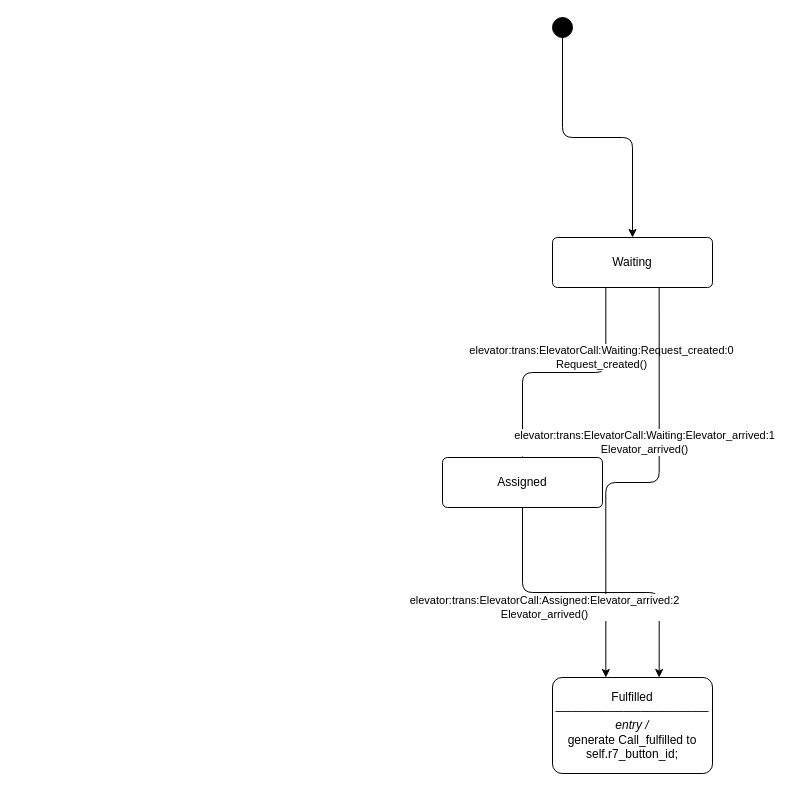
The draw.io diagram examples/elevator/.design/model/diagrams/Elevator-ElevatorCall.drawio in BChaloux-Cyn/MDF-Simulator, before the edit. Source tidied: cells renumbered, new cells numbered last; positions are measured from the earlier drawing's top-left corner, leaving out a move shared by most shapes. Both pictures are drawn from the tidied source at 100%, with x=0, y=0 at pixel (442, 17).
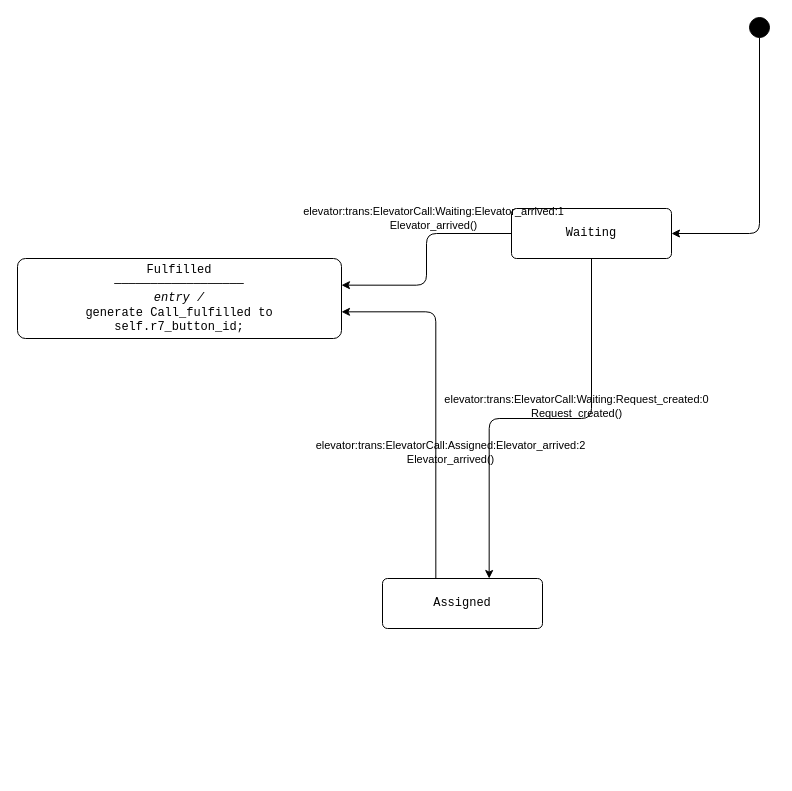
The same page after the edit.

Change to the diagram source:
```diff
@@
-<mxGraphModel>
+<mxGraphModel background="#FFFFFF">
   <root>
     <mxCell id="0" />
     <mxCell id="1" parent="0" />
     <mxCell id="2" style="ellipse;whiteSpace=wrap;html=1;fillColor=#000000;strokeColor=#000000;" parent="1" vertex="1">
-      <mxGeometry x="110" width="20" height="20" as="geometry" />
+      <mxGeometry x="307" width="20" height="20" as="geometry" />
     </mxCell>
-    <mxCell id="3" value="Waiting" style="rounded=1;whiteSpace=wrap;html=1;arcSize=10;" parent="1" vertex="1">
-      <mxGeometry x="110" y="220" width="160" height="50" as="geometry" />
+    <mxCell id="3" value="Waiting" style="rounded=1;whiteSpace=wrap;html=1;arcSize=10;fontFamily=Courier New;" parent="1" vertex="1">
+      <mxGeometry x="69" y="191" width="160" height="50" as="geometry" />
     </mxCell>
-    <mxCell id="4" value="Assigned" style="rounded=1;whiteSpace=wrap;html=1;arcSize=10;" parent="1" vertex="1">
-      <mxGeometry y="440" width="160" height="50" as="geometry" />
+    <mxCell id="4" value="Assigned" style="rounded=1;whiteSpace=wrap;html=1;arcSize=10;fontFamily=Courier New;" parent="1" vertex="1">
+      <mxGeometry x="-60" y="561" width="160" height="50" as="geometry" />
     </mxCell>
-    <mxCell id="5" value="Fulfilled&lt;br&gt;──────────────────&lt;br&gt;&lt;i&gt;entry /&lt;/i&gt;&lt;br&gt;generate Call_fulfilled to self.r7_button_id;" style="rounded=1;whiteSpace=wrap;html=1;arcSize=10;" parent="1" vertex="1">
-      <mxGeometry x="110" y="660" width="160" height="96" as="geometry" />
+    <mxCell id="5" value="Fulfilled&lt;br&gt;──────────────────&lt;br&gt;&lt;i&gt;entry /&lt;/i&gt;&lt;br&gt;generate Call_fulfilled to self.r7_button_id;" style="rounded=1;whiteSpace=wrap;html=1;arcSize=10;fontFamily=Courier New;" parent="1" vertex="1">
+      <mxGeometry x="-425" y="241" width="324" height="80" as="geometry" />
     </mxCell>
-    <mxCell id="6" style="edgeStyle=orthogonalEdgeStyle;html=1;exitX=0.5;exitY=1.0;exitDx=0;exitDy=0;entryX=0.5;entryY=0.0;entryDx=0;entryDy=0;" parent="1" edge="1" source="2" target="3">
+    <mxCell id="6" style="edgeStyle=orthogonalEdgeStyle;html=1;labelBackgroundColor=none;exitX=0.5;exitY=1.0;exitDx=0;exitDy=0;entryX=1.0;entryY=0.5;entryDx=0;entryDy=0;" parent="1" edge="1" source="2" target="3">
       <mxGeometry relative="1" as="geometry" />
     </mxCell>
-    <mxCell id="7" value="elevator:trans:ElevatorCall:Waiting:Request_created:0&lt;br&gt;Request_created()" style="edgeStyle=orthogonalEdgeStyle;html=1;exitX=0.3333;exitY=1.0;exitDx=0;exitDy=0;entryX=0.5;entryY=0.0;entryDx=0;entryDy=0;" parent="1" edge="1" source="3" target="4">
+    <mxCell id="7" value="elevator:trans:ElevatorCall:Waiting:Request_created:0&lt;br&gt;Request_created()" style="edgeStyle=orthogonalEdgeStyle;html=1;labelBackgroundColor=none;exitX=0.5;exitY=1.0;exitDx=0;exitDy=0;entryX=0.6667;entryY=0.0;entryDx=0;entryDy=0;" parent="1" edge="1" source="3" target="4">
       <mxGeometry x="-0.3" y="-15" relative="1" as="geometry" />
     </mxCell>
-    <mxCell id="8" value="elevator:trans:ElevatorCall:Waiting:Elevator_arrived:1&lt;br&gt;Elevator_arrived()" style="edgeStyle=orthogonalEdgeStyle;html=1;exitX=0.6667;exitY=1.0;exitDx=0;exitDy=0;entryX=0.3333;entryY=0.0;entryDx=0;entryDy=0;" parent="1" edge="1" source="3" target="5">
+    <mxCell id="8" value="elevator:trans:ElevatorCall:Waiting:Elevator_arrived:1&lt;br&gt;Elevator_arrived()" style="edgeStyle=orthogonalEdgeStyle;html=1;labelBackgroundColor=none;exitX=0.0;exitY=0.5;exitDx=0;exitDy=0;entryX=1.0;entryY=0.3333;entryDx=0;entryDy=0;" parent="1" edge="1" source="3" target="5">
       <mxGeometry x="-0.3" y="-15" relative="1" as="geometry" />
     </mxCell>
-    <mxCell id="9" value="elevator:trans:ElevatorCall:Assigned:Elevator_arrived:2&lt;br&gt;Elevator_arrived()" style="edgeStyle=orthogonalEdgeStyle;html=1;exitX=0.5;exitY=1.0;exitDx=0;exitDy=0;entryX=0.6667;entryY=0.0;entryDx=0;entryDy=0;" parent="1" edge="1" source="4" target="5">
+    <mxCell id="9" value="elevator:trans:ElevatorCall:Assigned:Elevator_arrived:2&lt;br&gt;Elevator_arrived()" style="edgeStyle=orthogonalEdgeStyle;html=1;labelBackgroundColor=none;exitX=0.3333;exitY=0.0;exitDx=0;exitDy=0;entryX=1.0;entryY=0.6667;entryDx=0;entryDy=0;" parent="1" edge="1" source="4" target="5">
       <mxGeometry x="-0.3" y="-15" relative="1" as="geometry" />
     </mxCell>
   </root>
 </mxGraphModel>
```
